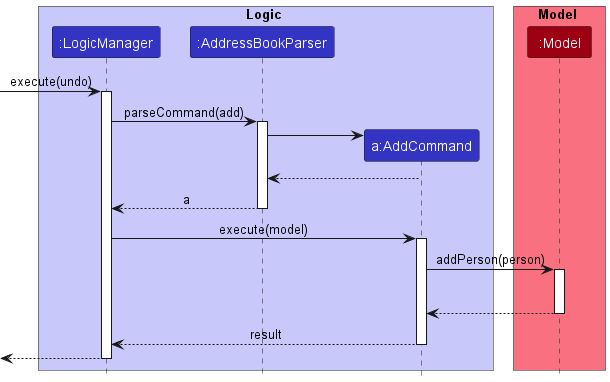
nus-cs2103-AY2223S1/tp keeps this PlantUML diagram as docs/images/AddCommandRateSequenceDiagram.png. Above is the earlier version. Its diagram source:
```plantuml
@startuml
!include style.puml

box Logic LOGIC_COLOR_T1
participant ":LogicManager" as LogicManager LOGIC_COLOR
participant ":AddressBookParser" as AddressBookParser LOGIC_COLOR
participant "a:AddCommand" as AddCommand LOGIC_COLOR
end box

box Model MODEL_COLOR_T1
participant ":Model" as Model MODEL_COLOR
end box
[-> LogicManager : execute(undo)
activate LogicManager

LogicManager -> AddressBookParser : parseCommand(add)
activate AddressBookParser

create AddCommand
AddressBookParser -> AddCommand

AddCommand --> AddressBookParser
deactivate AddCommand

AddressBookParser --> LogicManager : a
deactivate AddressBookParser

LogicManager -> AddCommand : execute(model)
activate AddCommand

AddCommand -> Model : addPerson(person)
activate Model
AddCommand -[hidden]-> LogicManager : void
Model --> AddCommand
deactivate Model


AddCommand --> LogicManager : result
deactivate AddCommand

[<--LogicManager
deactivate LogicManager
@enduml
```
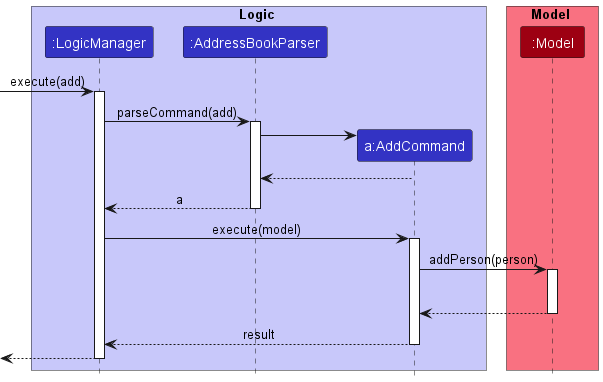
Above is the later version.

Diff of the diagram source:
```diff
@@ -10,7 +10,7 @@
 box Model MODEL_COLOR_T1
 participant ":Model" as Model MODEL_COLOR
 end box
-[-> LogicManager : execute(undo)
+[-> LogicManager : execute(add)
 activate LogicManager
 
 LogicManager -> AddressBookParser : parseCommand(add)
```
